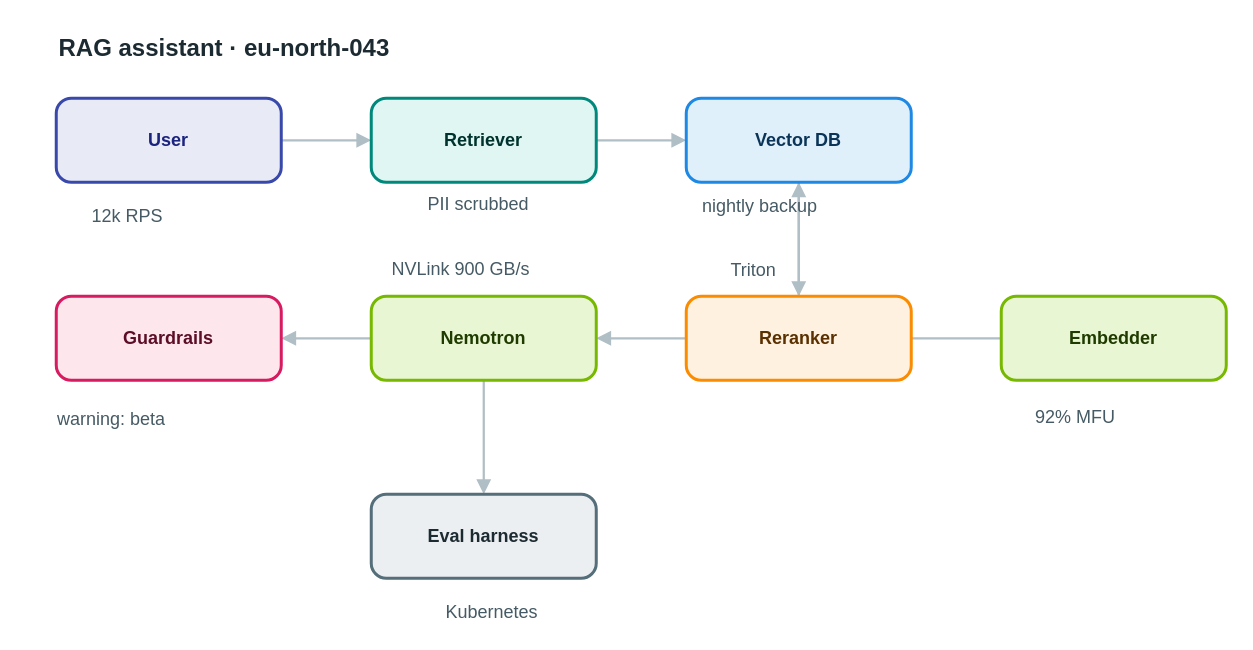
This is apps/web/public/samples/library/043-rag-assistant.drawio from AryanG01/open-apprentice, a draw.io file, before an edit. Source tidied: cells renumbered, new cells numbered last; positions are measured from the earlier drawing's top-left corner, leaving out a move shared by most shapes. Both pictures are drawn from the tidied source at 150%, with x=0, y=0 at pixel (56, 26).
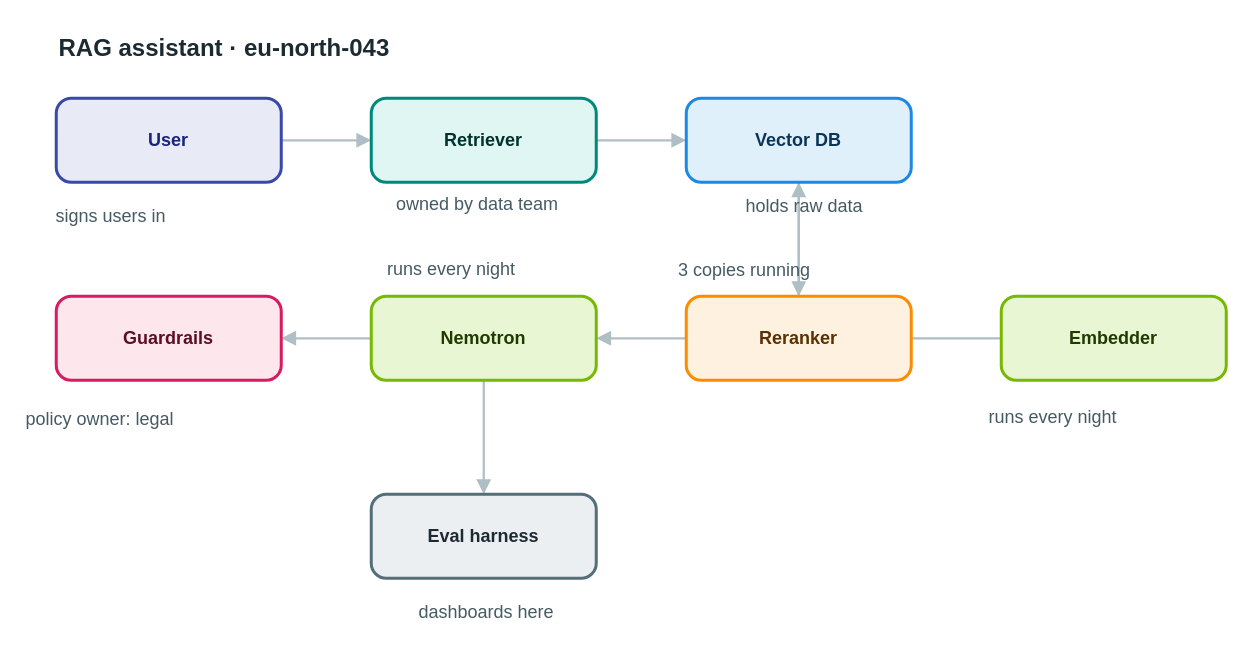
After the change.

Change to the diagram source:
```diff
@@
-    <mxCell id="18" value="12k RPS" style="text;html=1;align=left;verticalAlign=top;whiteSpace=nowrap;spacing=0;spacingTop=0;strokeColor=none;fillColor=none;fontSize=12;fontColor=#455a64;" parent="1" vertex="1">
-      <mxGeometry x="24" y="115" width="61" height="20" as="geometry" />
+    <mxCell id="18" value="signs users in" style="text;html=1;align=left;verticalAlign=top;whiteSpace=nowrap;spacing=0;spacingTop=0;strokeColor=none;fillColor=none;fontSize=12;fontColor=#455a64;" parent="1" vertex="1">
+      <mxGeometry y="115" width="110" height="20" as="geometry" />
     </mxCell>
-    <mxCell id="19" value="PII scrubbed" style="text;html=1;align=left;verticalAlign=top;whiteSpace=nowrap;spacing=0;spacingTop=0;strokeColor=none;fillColor=none;fontSize=12;fontColor=#455a64;" parent="1" vertex="1">
-      <mxGeometry x="248" y="107" width="96" height="20" as="geometry" />
+    <mxCell id="19" value="owned by data team" style="text;html=1;align=left;verticalAlign=top;whiteSpace=nowrap;spacing=0;spacingTop=0;strokeColor=none;fillColor=none;fontSize=12;fontColor=#455a64;" parent="1" vertex="1">
+      <mxGeometry x="227" y="107" width="138" height="20" as="geometry" />
     </mxCell>
-    <mxCell id="20" value="nightly backup" style="text;html=1;align=left;verticalAlign=top;whiteSpace=nowrap;spacing=0;spacingTop=0;strokeColor=none;fillColor=none;fontSize=12;fontColor=#455a64;" parent="1" vertex="1">
-      <mxGeometry x="431" y="108" width="110" height="20" as="geometry" />
+    <mxCell id="20" value="holds raw data" style="text;html=1;align=left;verticalAlign=top;whiteSpace=nowrap;spacing=0;spacingTop=0;strokeColor=none;fillColor=none;fontSize=12;fontColor=#455a64;" parent="1" vertex="1">
+      <mxGeometry x="460" y="108" width="110" height="20" as="geometry" />
     </mxCell>
-    <mxCell id="21" value="Triton" style="text;html=1;align=left;verticalAlign=top;whiteSpace=nowrap;spacing=0;spacingTop=0;strokeColor=none;fillColor=none;fontSize=12;fontColor=#455a64;" parent="1" vertex="1">
-      <mxGeometry x="450" y="151" width="54" height="20" as="geometry" />
+    <mxCell id="21" value="3 copies running" style="text;html=1;align=left;verticalAlign=top;whiteSpace=nowrap;spacing=0;spacingTop=0;strokeColor=none;fillColor=none;fontSize=12;fontColor=#455a64;" parent="1" vertex="1">
+      <mxGeometry x="415" y="151" width="124" height="20" as="geometry" />
     </mxCell>
-    <mxCell id="22" value="NVLink 900 GB/s" style="text;html=1;align=left;verticalAlign=top;whiteSpace=nowrap;spacing=0;spacingTop=0;strokeColor=none;fillColor=none;fontSize=12;fontColor=#455a64;" parent="1" vertex="1">
-      <mxGeometry x="224" y="150" width="117" height="20" as="geometry" />
+    <mxCell id="22" value="runs every night" style="text;html=1;align=left;verticalAlign=top;whiteSpace=nowrap;spacing=0;spacingTop=0;strokeColor=none;fillColor=none;fontSize=12;fontColor=#455a64;" parent="1" vertex="1">
+      <mxGeometry x="221" y="150" width="124" height="20" as="geometry" />
     </mxCell>
-    <mxCell id="23" value="warning: beta" style="text;html=1;align=left;verticalAlign=top;whiteSpace=nowrap;spacing=0;spacingTop=0;strokeColor=none;fillColor=none;fontSize=12;fontColor=#455a64;" parent="1" vertex="1">
-      <mxGeometry x="1" y="250" width="103" height="20" as="geometry" />
+    <mxCell id="23" value="policy owner: legal" style="text;html=1;align=left;verticalAlign=top;whiteSpace=nowrap;spacing=0;spacingTop=0;strokeColor=none;fillColor=none;fontSize=12;fontColor=#455a64;" parent="1" vertex="1">
+      <mxGeometry x="-20" y="250" width="145" height="20" as="geometry" />
     </mxCell>
-    <mxCell id="24" value="92% MFU" style="text;html=1;align=left;verticalAlign=top;whiteSpace=nowrap;spacing=0;spacingTop=0;strokeColor=none;fillColor=none;fontSize=12;fontColor=#455a64;" parent="1" vertex="1">
-      <mxGeometry x="653" y="249" width="61" height="20" as="geometry" />
+    <mxCell id="24" value="runs every night" style="text;html=1;align=left;verticalAlign=top;whiteSpace=nowrap;spacing=0;spacingTop=0;strokeColor=none;fillColor=none;fontSize=12;fontColor=#455a64;" parent="1" vertex="1">
+      <mxGeometry x="622" y="249" width="124" height="20" as="geometry" />
     </mxCell>
-    <mxCell id="25" value="Kubernetes" style="text;html=1;align=left;verticalAlign=top;whiteSpace=nowrap;spacing=0;spacingTop=0;strokeColor=none;fillColor=none;fontSize=12;fontColor=#455a64;" parent="1" vertex="1">
-      <mxGeometry x="260" y="379" width="82" height="20" as="geometry" />
+    <mxCell id="25" value="dashboards here" style="text;html=1;align=left;verticalAlign=top;whiteSpace=nowrap;spacing=0;spacingTop=0;strokeColor=none;fillColor=none;fontSize=12;fontColor=#455a64;" parent="1" vertex="1">
+      <mxGeometry x="242" y="379" width="117" height="20" as="geometry" />
     </mxCell>
```
